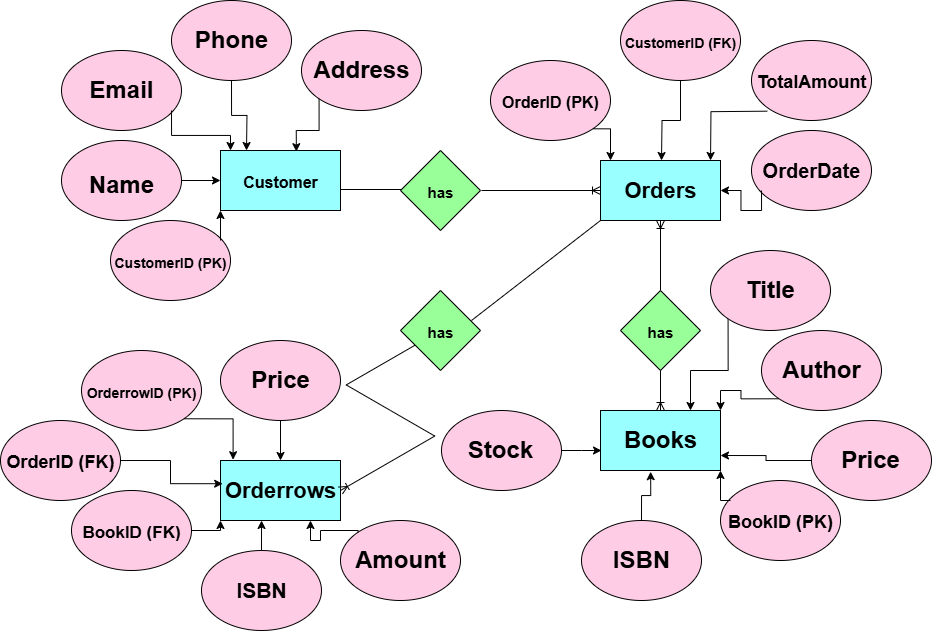
Above: images/Inlämning1.drawio.png in Sanlun90/inlamning1 (draw.io), before the change. Source tidied: cells renumbered, new cells last; positions are measured from the earlier drawing's top-left corner, leaving out a move shared by most shapes.
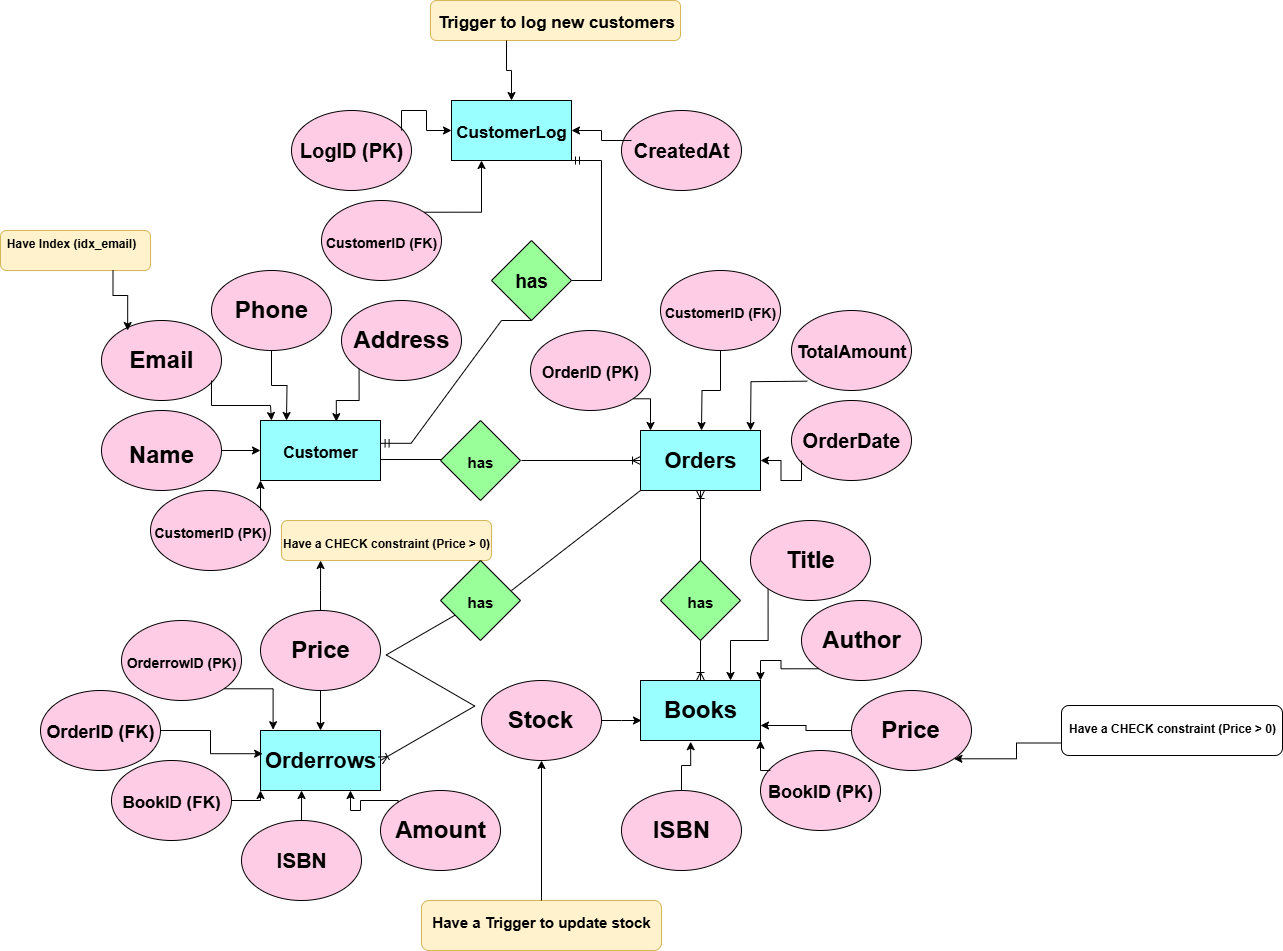
The same file after the commit.

Diff of the diagram source:
```diff
@@ -2,6 +2,15 @@
   <root>
     <mxCell id="0" />
     <mxCell id="1" parent="0" />
+    <mxCell id="85" style="edgeStyle=orthogonalEdgeStyle;rounded=0;jettySize=auto;html=1;exitX=0;exitY=0.75;exitDx=0;exitDy=0;entryX=1;entryY=1;entryDx=0;entryDy=0;" parent="1" edge="1" source="86" target="48">
+      <mxGeometry relative="1" as="geometry" />
+    </mxCell>
+    <mxCell id="86" style="rounded=1;whiteSpace=wrap;html=1;" parent="1" vertex="1">
+      <mxGeometry x="1021" y="435" width="221" height="50" as="geometry" />
+    </mxCell>
+    <mxCell id="87" style="rounded=1;whiteSpace=wrap;html=1;fillColor=#fff2cc;strokeColor=#d6b656;" parent="1" vertex="1">
+      <mxGeometry x="241" y="250" width="210" height="40" as="geometry" />
+    </mxCell>
     <mxCell id="2" style="rounded=0;whiteSpace=wrap;html=1;fillColor=#99FFFF;" parent="1" vertex="1">
       <mxGeometry x="220" y="150" width="120" height="60" as="geometry" />
     </mxCell>
@@ -282,5 +291,92 @@
         <mxPoint x="471" y="320" as="sourcePoint" />
       </mxGeometry>
     </mxCell>
+    <mxCell id="88" value="&lt;font style=&quot;font-size: 12px;&quot;&gt;Have a CHECK constraint (Price &amp;gt; 0)&lt;/font&gt;" style="text;strokeColor=none;fillColor=none;html=1;fontSize=24;fontStyle=1;verticalAlign=middle;align=center;" parent="1" vertex="1">
+      <mxGeometry x="1081.5" y="435" width="100" height="40" as="geometry" />
+    </mxCell>
+    <mxCell id="89" value="&lt;b&gt;Have a CHECK constraint (Price &amp;gt; 0)&lt;/b&gt;" style="text;whiteSpace=wrap;html=1;" parent="1" vertex="1">
+      <mxGeometry x="241" y="260" width="230" height="40" as="geometry" />
+    </mxCell>
+    <mxCell id="90" style="edgeStyle=orthogonalEdgeStyle;rounded=0;jettySize=auto;html=1;exitX=0.5;exitY=0;exitDx=0;exitDy=0;entryX=0.17;entryY=0.75;entryDx=0;entryDy=0;entryPerimeter=0;" parent="1" edge="1" source="62" target="89">
+      <mxGeometry relative="1" as="geometry" />
+    </mxCell>
+    <mxCell id="91" style="rounded=0;whiteSpace=wrap;html=1;fillColor=light-dark(#99ffff, #ededed);" parent="1" vertex="1">
+      <mxGeometry x="411" y="-170" width="120" height="60" as="geometry" />
+    </mxCell>
+    <mxCell id="92" style="ellipse;whiteSpace=wrap;html=1;fillColor=#FFCCE6;" parent="1" vertex="1">
+      <mxGeometry x="251" y="-160" width="120" height="80" as="geometry" />
+    </mxCell>
+    <mxCell id="93" style="ellipse;whiteSpace=wrap;html=1;fillColor=#FFCCE6;" parent="1" vertex="1">
+      <mxGeometry x="581" y="-160" width="120" height="80" as="geometry" />
+    </mxCell>
+    <mxCell id="94" style="edgeStyle=orthogonalEdgeStyle;rounded=0;jettySize=auto;html=1;exitX=1;exitY=0;exitDx=0;exitDy=0;entryX=0.25;entryY=1;entryDx=0;entryDy=0;" parent="1" edge="1" source="95" target="91">
+      <mxGeometry relative="1" as="geometry" />
+    </mxCell>
+    <mxCell id="95" style="ellipse;whiteSpace=wrap;html=1;fillColor=#FFCCE6;" parent="1" vertex="1">
+      <mxGeometry x="281" y="-70" width="120" height="80" as="geometry" />
+    </mxCell>
+    <mxCell id="96" value="&lt;font style=&quot;font-size: 17px;&quot;&gt;CustomerLog&lt;/font&gt;" style="text;strokeColor=none;fillColor=none;html=1;fontSize=24;fontStyle=1;verticalAlign=middle;align=center;" parent="1" vertex="1">
+      <mxGeometry x="421" y="-160" width="100" height="40" as="geometry" />
+    </mxCell>
+    <mxCell id="97" style="edgeStyle=orthogonalEdgeStyle;rounded=0;jettySize=auto;html=1;exitX=1;exitY=0;exitDx=0;exitDy=0;entryX=0;entryY=0.5;entryDx=0;entryDy=0;" parent="1" edge="1" source="98" target="91">
+      <mxGeometry relative="1" as="geometry" />
+    </mxCell>
+    <mxCell id="98" value="&lt;font style=&quot;font-size: 20px;&quot;&gt;LogID (PK)&lt;/font&gt;" style="text;strokeColor=none;fillColor=none;html=1;fontSize=24;fontStyle=1;verticalAlign=middle;align=center;" parent="1" vertex="1">
+      <mxGeometry x="261" y="-140" width="100" height="40" as="geometry" />
+    </mxCell>
+    <mxCell id="99" value="&lt;font style=&quot;font-size: 14px;&quot;&gt;CustomerID (FK)&lt;/font&gt;" style="text;strokeColor=none;fillColor=none;html=1;fontSize=24;fontStyle=1;verticalAlign=middle;align=center;" parent="1" vertex="1">
+      <mxGeometry x="291" y="-50" width="100" height="40" as="geometry" />
+    </mxCell>
+    <mxCell id="100" style="edgeStyle=orthogonalEdgeStyle;rounded=0;jettySize=auto;html=1;exitX=0;exitY=0.25;exitDx=0;exitDy=0;entryX=1;entryY=0.5;entryDx=0;entryDy=0;" parent="1" edge="1" source="101" target="91">
+      <mxGeometry relative="1" as="geometry" />
+    </mxCell>
+    <mxCell id="101" value="&lt;font style=&quot;font-size: 20px;&quot;&gt;CreatedAt&lt;/font&gt;" style="text;strokeColor=none;fillColor=none;html=1;fontSize=24;fontStyle=1;verticalAlign=middle;align=center;" parent="1" vertex="1">
+      <mxGeometry x="591" y="-140" width="100" height="40" as="geometry" />
+    </mxCell>
+    <mxCell id="102" style="rhombus;whiteSpace=wrap;html=1;fillColor=#99FF99;" parent="1" vertex="1">
+      <mxGeometry x="451" y="-30" width="80" height="80" as="geometry" />
+    </mxCell>
+    <mxCell id="103" value="&lt;font style=&quot;font-size: 19px;&quot;&gt;has&lt;/font&gt;" style="text;strokeColor=none;fillColor=none;html=1;fontSize=24;fontStyle=1;verticalAlign=middle;align=center;" parent="1" vertex="1">
+      <mxGeometry x="441" y="-10" width="100" height="40" as="geometry" />
+    </mxCell>
+    <mxCell id="104" style="edgeStyle=entityRelationEdgeStyle;fontSize=12;html=1;endArrow=ERmandOne;rounded=0;exitX=0.5;exitY=1;exitDx=0;exitDy=0;entryX=1.005;entryY=0.38;entryDx=0;entryDy=0;entryPerimeter=0;" parent="1" edge="1" source="102" target="2">
+      <mxGeometry relative="1" as="geometry">
+        <Array as="points">
+          <mxPoint x="931" y="-90" />
+          <mxPoint x="461" y="80" />
+          <mxPoint x="431" y="110" />
+        </Array>
+      </mxGeometry>
+    </mxCell>
+    <mxCell id="105" style="edgeStyle=entityRelationEdgeStyle;fontSize=12;html=1;endArrow=ERmandOne;rounded=0;entryX=1;entryY=1;entryDx=0;entryDy=0;" parent="1" edge="1" source="102" target="91">
+      <mxGeometry relative="1" as="geometry" />
+    </mxCell>
+    <mxCell id="106" style="rounded=1;whiteSpace=wrap;html=1;fillColor=#fff2cc;strokeColor=#d6b656;" parent="1" vertex="1">
+      <mxGeometry x="-40" y="-40" width="150" height="40" as="geometry" />
+    </mxCell>
+    <mxCell id="107" value="&lt;font style=&quot;font-size: 12px;&quot;&gt;Have Index (idx_email)&lt;/font&gt;" style="text;strokeColor=none;fillColor=none;html=1;fontSize=24;fontStyle=1;verticalAlign=middle;align=center;" parent="1" vertex="1">
+      <mxGeometry x="-19" y="-50" width="100" height="40" as="geometry" />
+    </mxCell>
+    <mxCell id="108" style="edgeStyle=orthogonalEdgeStyle;rounded=0;jettySize=auto;html=1;exitX=0.75;exitY=1;exitDx=0;exitDy=0;entryX=0.218;entryY=0.125;entryDx=0;entryDy=0;entryPerimeter=0;" parent="1" edge="1" source="106" target="18">
+      <mxGeometry relative="1" as="geometry" />
+    </mxCell>
+    <mxCell id="109" style="rounded=1;whiteSpace=wrap;html=1;fillColor=#fff2cc;strokeColor=#d6b656;" parent="1" vertex="1">
+      <mxGeometry x="381" y="630" width="240" height="50" as="geometry" />
+    </mxCell>
+    <mxCell id="110" style="edgeStyle=orthogonalEdgeStyle;rounded=0;jettySize=auto;html=1;exitX=0.5;exitY=0;exitDx=0;exitDy=0;entryX=0.5;entryY=1;entryDx=0;entryDy=0;" parent="1" edge="1" source="111" target="52">
+      <mxGeometry relative="1" as="geometry" />
+    </mxCell>
+    <mxCell id="111" value="&lt;font style=&quot;font-size: 15px;&quot;&gt;Have a Trigger to update stock&lt;/font&gt;" style="text;strokeColor=none;fillColor=none;html=1;fontSize=24;fontStyle=1;verticalAlign=middle;align=center;" parent="1" vertex="1">
+      <mxGeometry x="451" y="630" width="100" height="40" as="geometry" />
+    </mxCell>
+    <mxCell id="112" style="rounded=1;whiteSpace=wrap;html=1;fillColor=#fff2cc;strokeColor=#d6b656;" parent="1" vertex="1">
+      <mxGeometry x="390" y="-270" width="250" height="40" as="geometry" />
+    </mxCell>
+    <mxCell id="113" style="edgeStyle=orthogonalEdgeStyle;rounded=0;jettySize=auto;html=1;exitX=0;exitY=1;exitDx=0;exitDy=0;entryX=0.5;entryY=0;entryDx=0;entryDy=0;" parent="1" edge="1" source="114" target="91">
+      <mxGeometry relative="1" as="geometry" />
+    </mxCell>
+    <mxCell id="114" value="&lt;font style=&quot;font-size: 17px;&quot;&gt;Trigger to log new customers&lt;/font&gt;" style="text;strokeColor=none;fillColor=none;html=1;fontSize=24;fontStyle=1;verticalAlign=middle;align=center;" parent="1" vertex="1">
+      <mxGeometry x="466" y="-270" width="100" height="40" as="geometry" />
+    </mxCell>
   </root>
 </mxGraphModel>
```
